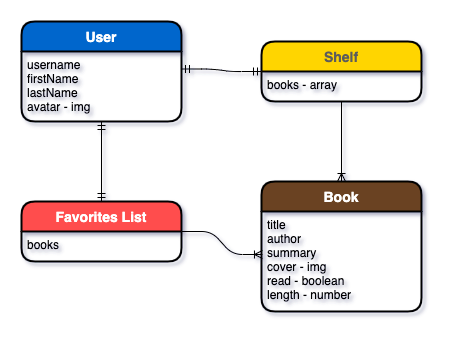
Earlier version of the draw.io export public/images/concept/ERD.png (NobodysLackey/shelf). Source tidied: cells renumbered, new cells last; positions are measured from the earlier drawing's top-left corner, leaving out a move shared by most shapes.
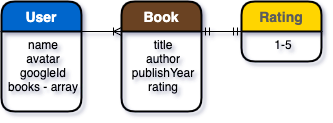
Above is the later version.

What changed in the source:
```diff
@@ -1,42 +1,30 @@
-<mxGraphModel background="#ffffff">
+<mxGraphModel background="#ffffff" shadow="1">
   <root>
     <mxCell id="0" />
     <mxCell id="1" parent="0" />
     <mxCell id="2" value="User" style="swimlane;horizontal=1;startSize=30;fillColor=#0066CC;fontColor=#FFFFFF;rounded=1;fontSize=14;fontStyle=1;strokeWidth=2;shadow=0;dashed=0;align=center;glass=0;" parent="1" vertex="1">
-      <mxGeometry width="160" height="100" as="geometry" />
+      <mxGeometry width="80" height="110" as="geometry" />
     </mxCell>
-    <mxCell id="3" value="username&#10;firstName&#10;lastName&#10;avatar - img" style="align=left;strokeColor=none;fillColor=none;spacingLeft=4;fontSize=12;verticalAlign=top;" parent="2" vertex="1">
-      <mxGeometry y="30" width="160" height="70" as="geometry" />
+    <mxCell id="3" value="name&#10;avatar&#10;googleId&#10;books - array" style="align=center;strokeColor=none;fillColor=none;spacingLeft=4;fontSize=12;verticalAlign=top;" parent="2" vertex="1">
+      <mxGeometry y="30" width="80" height="80" as="geometry" />
     </mxCell>
     <mxCell id="4" value="Book" style="swimlane;horizontal=1;startSize=30;fillColor=#6B4320;fontColor=#FFFFFF;rounded=1;fontSize=14;fontStyle=1;strokeWidth=2;shadow=0;dashed=0;align=center;glass=0;swimlaneLine=1;" parent="1" vertex="1">
-      <mxGeometry x="240" y="160" width="160" height="130" as="geometry" />
+      <mxGeometry x="120" width="80" height="110" as="geometry" />
     </mxCell>
-    <mxCell id="5" value="title&#10;author&#10;summary&#10;cover - img&#10;read - boolean&#10;length - number" style="align=left;strokeColor=none;fillColor=none;spacingLeft=4;fontSize=12;verticalAlign=top;" parent="4" vertex="1">
-      <mxGeometry y="30" width="160" height="100" as="geometry" />
+    <mxCell id="5" value="title&#10;author&#10;publishYear&#10;rating" style="align=center;strokeColor=none;fillColor=none;spacingLeft=4;fontSize=12;verticalAlign=top;" parent="4" vertex="1">
+      <mxGeometry y="30" width="80" height="80" as="geometry" />
     </mxCell>
-    <mxCell id="6" value="Shelf" style="swimlane;horizontal=1;startSize=30;fillColor=#FFD500;fontColor=#5C5C5C;rounded=1;fontSize=14;fontStyle=1;strokeWidth=2;shadow=0;dashed=0;align=center;glass=0;" parent="1" vertex="1">
-      <mxGeometry x="240" y="20" width="160" height="60" as="geometry" />
+    <mxCell id="6" value="Rating" style="swimlane;horizontal=1;startSize=30;fillColor=#FFD500;fontColor=#5C5C5C;rounded=1;fontSize=14;fontStyle=1;strokeWidth=2;shadow=0;dashed=0;align=center;glass=0;" parent="1" vertex="1">
+      <mxGeometry x="240" width="80" height="60" as="geometry" />
     </mxCell>
-    <mxCell id="7" value="books - array" style="align=left;strokeColor=none;fillColor=none;spacingLeft=4;fontSize=12;verticalAlign=top;" parent="6" vertex="1">
-      <mxGeometry y="30" width="160" height="30" as="geometry" />
+    <mxCell id="7" value="1-5" style="align=center;strokeColor=none;fillColor=none;spacingLeft=4;fontSize=12;verticalAlign=top;" parent="6" vertex="1">
+      <mxGeometry y="30" width="80" height="30" as="geometry" />
     </mxCell>
-    <mxCell id="8" style="edgeStyle=entityRelationEdgeStyle;fontSize=12;html=1;endArrow=ERmandOne;startArrow=ERmandOne;shadow=0;entryX=0;entryY=0;entryDx=0;entryDy=0;exitX=1;exitY=0.25;exitDx=0;exitDy=0;" parent="1" edge="1" source="3" target="7">
-      <mxGeometry relative="1" as="geometry" />
-    </mxCell>
-    <mxCell id="9" style="fontSize=12;html=1;endArrow=ERoneToMany;shadow=0;exitX=0.5;exitY=1;exitDx=0;exitDy=0;entryX=0.5;entryY=0;entryDx=0;entryDy=0;" parent="1" edge="1" source="7" target="4">
-      <mxGeometry relative="1" as="geometry" />
-    </mxCell>
-    <mxCell id="10" value="Favorites List" style="swimlane;horizontal=1;startSize=30;fillColor=#FF4D4D;fontColor=#FFFFFF;rounded=1;fontSize=14;fontStyle=1;strokeWidth=2;shadow=0;dashed=0;align=center;glass=0;" parent="1" vertex="1">
-      <mxGeometry y="180" width="160" height="60" as="geometry" />
-    </mxCell>
-    <mxCell id="11" value="books" style="align=left;strokeColor=none;fillColor=none;spacingLeft=4;fontSize=12;verticalAlign=top;" parent="10" vertex="1">
-      <mxGeometry y="30" width="160" height="30" as="geometry" />
-    </mxCell>
-    <mxCell id="12" style="fontSize=12;html=1;endArrow=ERmandOne;startArrow=ERmandOne;shadow=0;entryX=0.5;entryY=1;entryDx=0;entryDy=0;exitX=0.5;exitY=0;exitDx=0;exitDy=0;" parent="1" edge="1" source="10" target="3">
-      <mxGeometry relative="1" as="geometry" />
-    </mxCell>
-    <mxCell id="13" style="fontSize=12;html=1;endArrow=ERoneToMany;shadow=0;exitX=1;exitY=0;exitDx=0;exitDy=0;entryX=0.006;entryY=0.43;entryDx=0;entryDy=0;entryPerimeter=0;edgeStyle=entityRelationEdgeStyle;" parent="1" edge="1" source="11" target="5">
-      <mxGeometry relative="1" as="geometry" />
-    </mxCell>
+    <mxCell id="14" style="fontSize=12;html=1;endArrow=ERmandOne;startArrow=ERmandOne;entryX=0;entryY=0;entryDx=0;entryDy=0;exitX=1;exitY=0;exitDx=0;exitDy=0;" parent="1" edge="1" source="5" target="7">
+      <mxGeometry relative="1" as="geometry" />
+    </mxCell>
+    <mxCell id="15" style="fontSize=12;html=1;endArrow=ERoneToMany;entryX=0;entryY=0;entryDx=0;entryDy=0;exitX=1;exitY=0;exitDx=0;exitDy=0;" parent="1" edge="1" source="3" target="5">
+      <mxGeometry relative="1" as="geometry" />
+    </mxCell>
   </root>
 </mxGraphModel>
```
